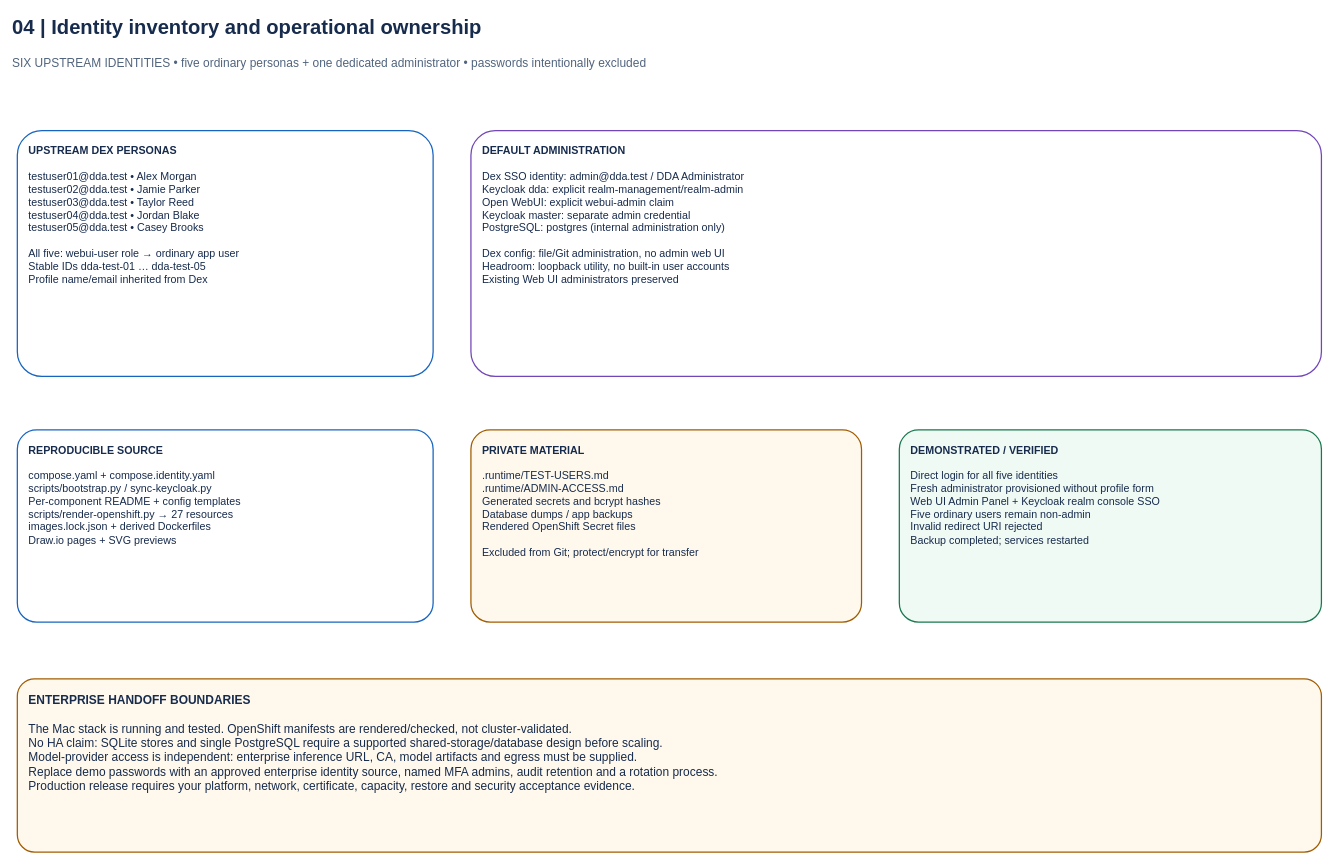
Above: page "04 | Identity inventory and operational ownership" (4 of 4) of architecture/dda-sso-architecture.drawio in degalasudheer2727/dda-sso-platform (draw.io), before the change. Source tidied: cells renumbered, new cells numbered last; positions are measured from the earlier drawing's top-left corner, leaving out a move shared by most shapes. Both pictures are drawn from the tidied source at 63%, with x=0, y=0 at pixel (11, 11).
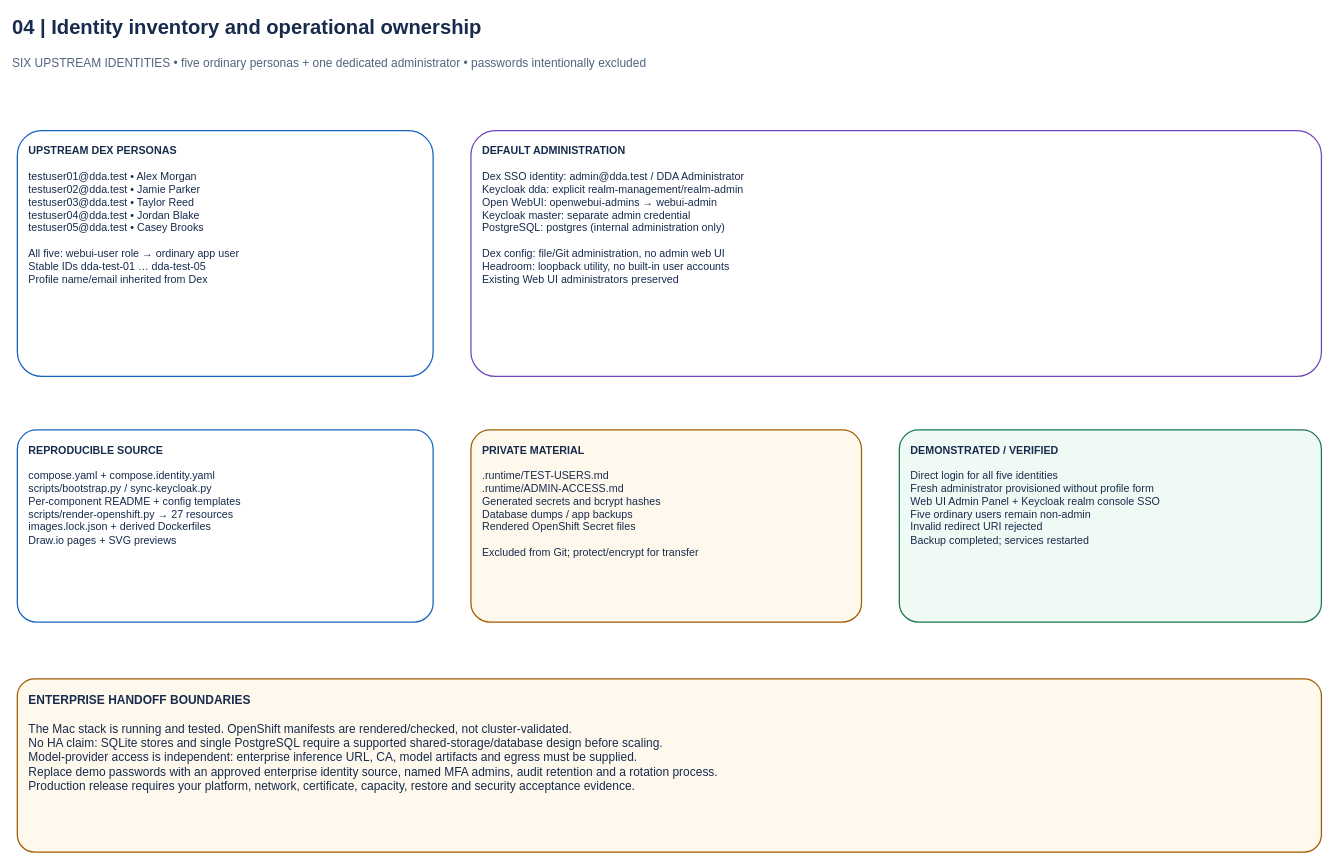
Above is the later version.

Change to the diagram source:
```diff
@@
 <mxGraphModel>
   <root>
     <mxCell id="0" />
     <mxCell id="1" parent="0" />
     <mxCell id="2" value="04  |  Identity inventory and operational ownership" style="text;html=1;strokeColor=none;fillColor=none;align=left;verticalAlign=top;whiteSpace=wrap;fontFamily=Helvetica;fontSize=32;fontColor=#172B4D;fontStyle=1;" parent="1" vertex="1">
       <mxGeometry width="2090" height="55" as="geometry" />
     </mxCell>
     <mxCell id="3" value="SIX UPSTREAM IDENTITIES  •  five ordinary personas + one dedicated administrator  •  passwords intentionally excluded" style="text;html=1;strokeColor=none;fillColor=none;align=left;verticalAlign=top;whiteSpace=wrap;fontFamily=Helvetica;fontSize=19;fontColor=#51647E;fontStyle=0;" parent="1" vertex="1">
       <mxGeometry y="65" width="2080" height="45" as="geometry" />
     </mxCell>
     <mxCell id="4" value="&lt;b&gt;UPSTREAM DEX PERSONAS&lt;/b&gt;&lt;br&gt;&lt;br&gt;testuser01@dda.test  •  Alex Morgan&lt;br&gt;testuser02@dda.test  •  Jamie Parker&lt;br&gt;testuser03@dda.test  •  Taylor Reed&lt;br&gt;testuser04@dda.test  •  Jordan Blake&lt;br&gt;testuser05@dda.test  •  Casey Brooks&lt;br&gt;&lt;br&gt;All five: webui-user role → ordinary app user&lt;br&gt;Stable IDs dda-test-01 … dda-test-05&lt;br&gt;Profile name/email inherited from Dex" style="rounded=1;arcSize=10;html=1;whiteSpace=wrap;align=left;verticalAlign=top;spacing=18;fillColor=#FFFFFF;strokeColor=#1764C0;strokeWidth=2;fontFamily=Helvetica;fontSize=17;fontColor=#172B4D;" parent="1" vertex="1">
       <mxGeometry x="10" y="190" width="660" height="390" as="geometry" />
     </mxCell>
-    <mxCell id="5" value="&lt;b&gt;DEFAULT ADMINISTRATION&lt;/b&gt;&lt;br&gt;&lt;br&gt;Dex SSO identity: admin@dda.test / DDA Administrator&lt;br&gt;Keycloak dda: explicit realm-management/realm-admin&lt;br&gt;Open WebUI: explicit webui-admin claim&lt;br&gt;Keycloak master: separate admin credential&lt;br&gt;PostgreSQL: postgres (internal administration only)&lt;br&gt;&lt;br&gt;Dex config: file/Git administration, no admin web UI&lt;br&gt;Headroom: loopback utility, no built-in user accounts&lt;br&gt;Existing Web UI administrators preserved" style="rounded=1;arcSize=10;html=1;whiteSpace=wrap;align=left;verticalAlign=top;spacing=18;fillColor=#FFFFFF;strokeColor=#7146B8;strokeWidth=2;fontFamily=Helvetica;fontSize=17;fontColor=#172B4D;" parent="1" vertex="1">
+    <mxCell id="5" value="&lt;b&gt;DEFAULT ADMINISTRATION&lt;/b&gt;&lt;br&gt;&lt;br&gt;Dex SSO identity: admin@dda.test / DDA Administrator&lt;br&gt;Keycloak dda: explicit realm-management/realm-admin&lt;br&gt;Open WebUI: openwebui-admins → webui-admin&lt;br&gt;Keycloak master: separate admin credential&lt;br&gt;PostgreSQL: postgres (internal administration only)&lt;br&gt;&lt;br&gt;Dex config: file/Git administration, no admin web UI&lt;br&gt;Headroom: loopback utility, no built-in user accounts&lt;br&gt;Existing Web UI administrators preserved" style="rounded=1;arcSize=10;html=1;whiteSpace=wrap;align=left;verticalAlign=top;spacing=18;fillColor=#FFFFFF;strokeColor=#7146B8;strokeWidth=2;fontFamily=Helvetica;fontSize=17;fontColor=#172B4D;" parent="1" vertex="1">
       <mxGeometry x="730" y="190" width="1350" height="390" as="geometry" />
     </mxCell>
     <mxCell id="6" value="&lt;b&gt;REPRODUCIBLE SOURCE&lt;/b&gt;&lt;br&gt;&lt;br&gt;compose.yaml + compose.identity.yaml&lt;br&gt;scripts/bootstrap.py / sync-keycloak.py&lt;br&gt;Per-component README + config templates&lt;br&gt;scripts/render-openshift.py → 27 resources&lt;br&gt;images.lock.json + derived Dockerfiles&lt;br&gt;Draw.io pages + SVG previews" style="rounded=1;arcSize=10;html=1;whiteSpace=wrap;align=left;verticalAlign=top;spacing=18;fillColor=#FFFFFF;strokeColor=#1764C0;strokeWidth=2;fontFamily=Helvetica;fontSize=17;fontColor=#172B4D;" parent="1" vertex="1">
       <mxGeometry x="10" y="665" width="660" height="305" as="geometry" />
     </mxCell>
     <mxCell id="7" value="&lt;b&gt;PRIVATE MATERIAL&lt;/b&gt;&lt;br&gt;&lt;br&gt;.runtime/TEST-USERS.md&lt;br&gt; .runtime/ADMIN-ACCESS.md&lt;br&gt;Generated secrets and bcrypt hashes&lt;br&gt;Database dumps / app backups&lt;br&gt;Rendered OpenShift Secret files&lt;br&gt;&lt;br&gt;Excluded from Git; protect/encrypt for transfer" style="rounded=1;arcSize=10;html=1;whiteSpace=wrap;align=left;verticalAlign=top;spacing=18;fillColor=#FFF9ED;strokeColor=#A15C00;strokeWidth=2;fontFamily=Helvetica;fontSize=17;fontColor=#172B4D;" parent="1" vertex="1">
       <mxGeometry x="730" y="665" width="620" height="305" as="geometry" />
     </mxCell>
     <mxCell id="8" value="&lt;b&gt;DEMONSTRATED / VERIFIED&lt;/b&gt;&lt;br&gt;&lt;br&gt;Direct login for all five identities&lt;br&gt;Fresh administrator provisioned without profile form&lt;br&gt;Web UI Admin Panel + Keycloak realm console SSO&lt;br&gt;Five ordinary users remain non-admin&lt;br&gt;Invalid redirect URI rejected&lt;br&gt;Backup completed; services restarted" style="rounded=1;arcSize=10;html=1;whiteSpace=wrap;align=left;verticalAlign=top;spacing=18;fillColor=#F0FAF5;strokeColor=#18794E;strokeWidth=2;fontFamily=Helvetica;fontSize=17;fontColor=#172B4D;" parent="1" vertex="1">
       <mxGeometry x="1410" y="665" width="670" height="305" as="geometry" />
     </mxCell>
     <mxCell id="9" value="&lt;b&gt;ENTERPRISE HANDOFF BOUNDARIES&lt;/b&gt;&lt;br&gt;&lt;br&gt;The Mac stack is running and tested. OpenShift manifests are rendered/checked, not cluster-validated.&lt;br&gt;No HA claim: SQLite stores and single PostgreSQL require a supported shared-storage/database design before scaling.&lt;br&gt;Model-provider access is independent: enterprise inference URL, CA, model artifacts and egress must be supplied.&lt;br&gt;Replace demo passwords with an approved enterprise identity source, named MFA admins, audit retention and a rotation process.&lt;br&gt;Production release requires your platform, network, certificate, capacity, restore and security acceptance evidence." style="rounded=1;arcSize=10;html=1;whiteSpace=wrap;align=left;verticalAlign=top;spacing=18;fillColor=#FFF9ED;strokeColor=#A15C00;strokeWidth=2;fontFamily=Helvetica;fontSize=19;fontColor=#172B4D;" parent="1" vertex="1">
       <mxGeometry x="10" y="1060" width="2070" height="275" as="geometry" />
     </mxCell>
   </root>
 </mxGraphModel>
```
